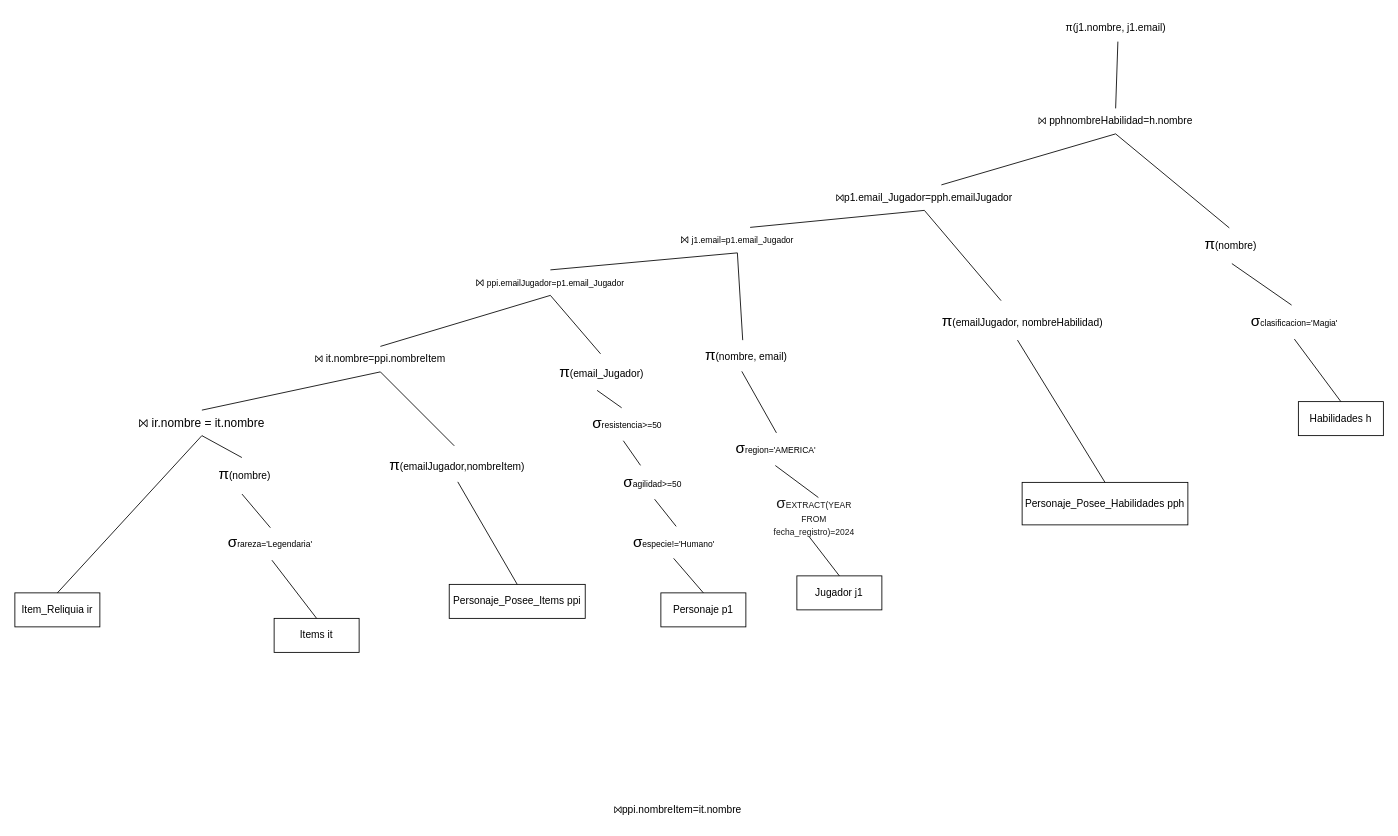
MartinAlonsoo/Obligatorio1BD2 keeps this draw.io diagram as SCRIPTS/Parte3/Parte 3.4.drawio. Above is the earlier version. Source tidied: cells renumbered, new cells numbered last; positions are measured from the earlier drawing's top-left corner, leaving out a move shared by most shapes. Both pictures are drawn from the tidied source at 85%, with x=0, y=0 at pixel (14, 14).
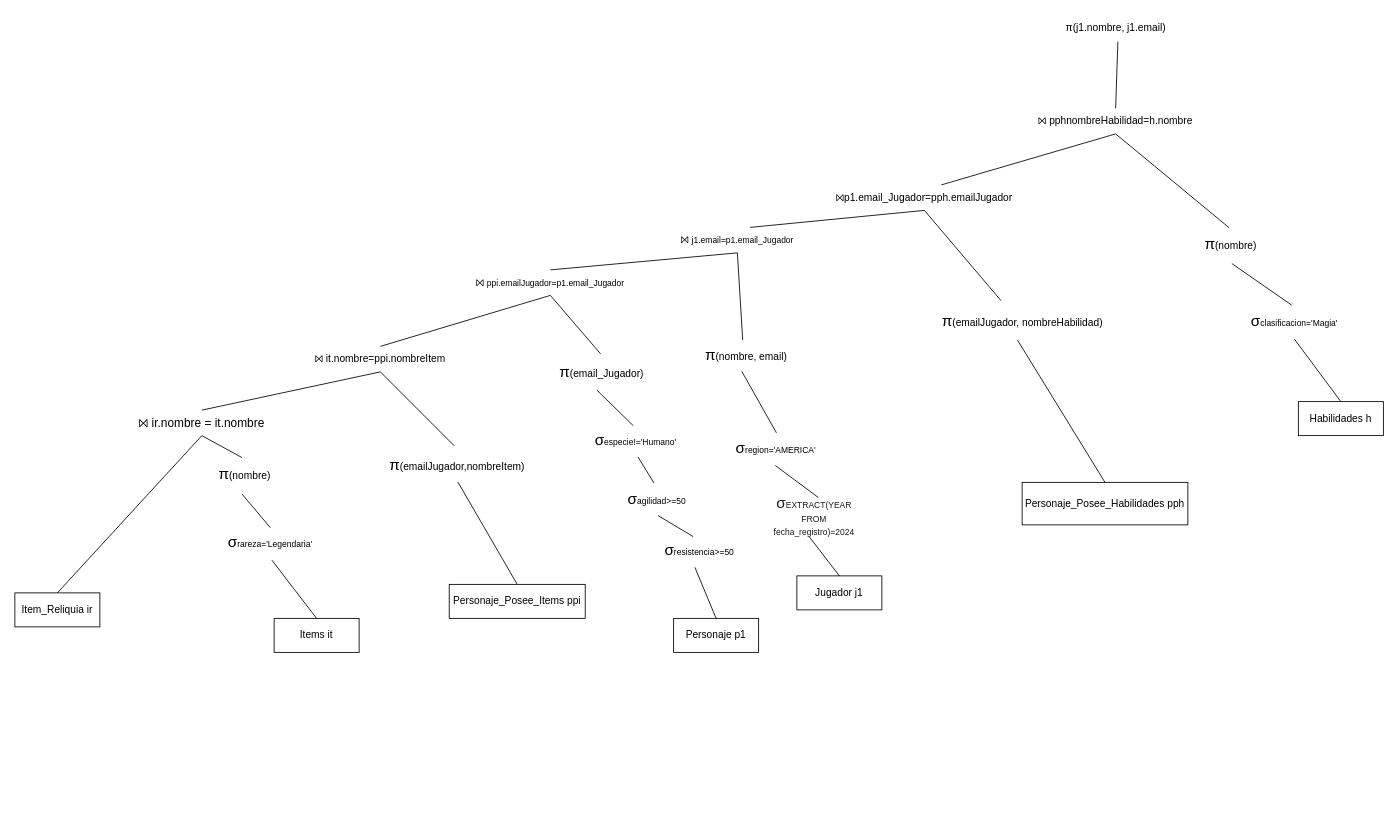
After the change.

The change refers to these unchanged cells:
```xml
<mxCell id="33" value="&lt;font style=&quot;font-size: 18px;&quot;&gt;π&lt;/font&gt;(email_Jugador)" style="text;html=1;align=center;verticalAlign=middle;points=[];strokeColor=none;fillColor=none;" parent="1" vertex="1">
  <mxGeometry x="630" y="400" width="120" height="40" as="geometry" />
</mxCell>
```

Change to the diagram source:
```diff
@@
     <mxCell id="3" value="Personaje p1" style="whiteSpace=wrap;html=1;align=center;" parent="1" vertex="1">
-      <mxGeometry x="760" y="680" width="100" height="40" as="geometry" />
+      <mxGeometry x="775" y="710" width="100" height="40" as="geometry" />
     </mxCell>
@@
-    <mxCell id="15" value="⨝ppi.nombreItem=it.nombre" style="text;html=1;align=center;verticalAlign=middle;whiteSpace=wrap;rounded=0;" parent="1" vertex="1">
-      <mxGeometry x="700" y="920" width="160" height="30" as="geometry" />
-    </mxCell>
@@
     <mxCell id="27" value="&lt;span style=&quot;font-family: &amp;quot;Google Sans&amp;quot;, Arial, sans-serif; text-align: start; text-wrap-mode: wrap; font-size: 18px;&quot;&gt;σ&lt;/span&gt;&lt;font style=&quot;font-family: &amp;quot;Google Sans&amp;quot;, Arial, sans-serif; text-align: start; text-wrap-mode: wrap; line-height: 15px;&quot; size=&quot;1&quot;&gt;especie!='Humano'&lt;/font&gt;" style="text;html=1;align=center;verticalAlign=middle;points=[];strokeColor=none;fillColor=none;" parent="1" vertex="1">
-      <mxGeometry x="715" y="600" width="120" height="40" as="geometry" />
+      <mxGeometry x="670" y="480" width="120" height="40" as="geometry" />
     </mxCell>
-    <mxCell id="28" style="endArrow=none;html=1;rounded=0;exitX=0.5;exitY=0;exitDx=0;exitDy=0;entryX=0.5;entryY=0.985;entryDx=0;entryDy=0;entryPerimeter=0;" parent="1" edge="1" source="3" target="27">
-      <mxGeometry relative="1" as="geometry" />
+    <mxCell id="28" style="endArrow=none;html=1;rounded=0;exitX=0.5;exitY=0;exitDx=0;exitDy=0;" parent="1" edge="1" source="3">
+      <mxGeometry relative="1" as="geometry">
+        <mxPoint x="800" y="650" as="targetPoint" />
+      </mxGeometry>
     </mxCell>
     <mxCell id="29" value="&lt;span style=&quot;font-family: &amp;quot;Google Sans&amp;quot;, Arial, sans-serif; text-align: start; text-wrap-mode: wrap; font-size: 18px;&quot;&gt;σ&lt;/span&gt;&lt;font style=&quot;font-family: &amp;quot;Google Sans&amp;quot;, Arial, sans-serif; text-align: start; text-wrap-mode: wrap; line-height: 15px;&quot; size=&quot;1&quot;&gt;agilidad&amp;gt;=50&lt;/font&gt;" style="text;html=1;align=center;verticalAlign=middle;points=[];strokeColor=none;fillColor=none;" parent="1" vertex="1">
-      <mxGeometry x="705" y="530" width="90" height="40" as="geometry" />
+      <mxGeometry x="710" y="550" width="90" height="40" as="geometry" />
     </mxCell>
     <mxCell id="30" value="&lt;span style=&quot;font-family: &amp;quot;Google Sans&amp;quot;, Arial, sans-serif; text-align: start; text-wrap-mode: wrap; font-size: 18px;&quot;&gt;σ&lt;/span&gt;&lt;font style=&quot;font-family: &amp;quot;Google Sans&amp;quot;, Arial, sans-serif; text-align: start; text-wrap-mode: wrap; line-height: 15px;&quot; size=&quot;1&quot;&gt;resistencia&amp;gt;=50&lt;/font&gt;" style="text;html=1;align=center;verticalAlign=middle;points=[];strokeColor=none;fillColor=none;" parent="1" vertex="1">
-      <mxGeometry x="665" y="460" width="110" height="40" as="geometry" />
+      <mxGeometry x="750" y="610" width="110" height="40" as="geometry" />
     </mxCell>
-    <mxCell id="31" style="endArrow=none;html=1;rounded=0;entryX=0.529;entryY=0.995;entryDx=0;entryDy=0;entryPerimeter=0;exitX=0.525;exitY=0.044;exitDx=0;exitDy=0;exitPerimeter=0;" parent="1" edge="1" source="27" target="29">
+    <mxCell id="31" style="endArrow=none;html=1;rounded=0;entryX=0.464;entryY=0.015;entryDx=0;entryDy=0;entryPerimeter=0;exitX=0.525;exitY=1;exitDx=0;exitDy=0;exitPerimeter=0;" parent="1" edge="1" source="27" target="29">
       <mxGeometry relative="1" as="geometry" />
     </mxCell>
-    <mxCell id="32" style="endArrow=none;html=1;rounded=0;entryX=0.462;entryY=1.025;entryDx=0;entryDy=0;entryPerimeter=0;" parent="1" edge="1" source="29" target="30">
+    <mxCell id="32" style="endArrow=none;html=1;rounded=0;entryX=0.436;entryY=0.095;entryDx=0;entryDy=0;entryPerimeter=0;exitX=0.518;exitY=0.975;exitDx=0;exitDy=0;exitPerimeter=0;" parent="1" edge="1" source="29" target="30">
       <mxGeometry relative="1" as="geometry" />
     </mxCell>
@@
-    <mxCell id="34" style="endArrow=none;html=1;rounded=0;exitX=0.444;exitY=0.055;exitDx=0;exitDy=0;exitPerimeter=0;entryX=0.458;entryY=1.044;entryDx=0;entryDy=0;entryPerimeter=0;" parent="1" edge="1" source="30" target="33">
+    <mxCell id="34" style="endArrow=none;html=1;rounded=0;entryX=0.458;entryY=1.044;entryDx=0;entryDy=0;entryPerimeter=0;exitX=0.48;exitY=0.085;exitDx=0;exitDy=0;exitPerimeter=0;" parent="1" edge="1" source="27" target="33">
       <mxGeometry relative="1" as="geometry" />
     </mxCell>
```
